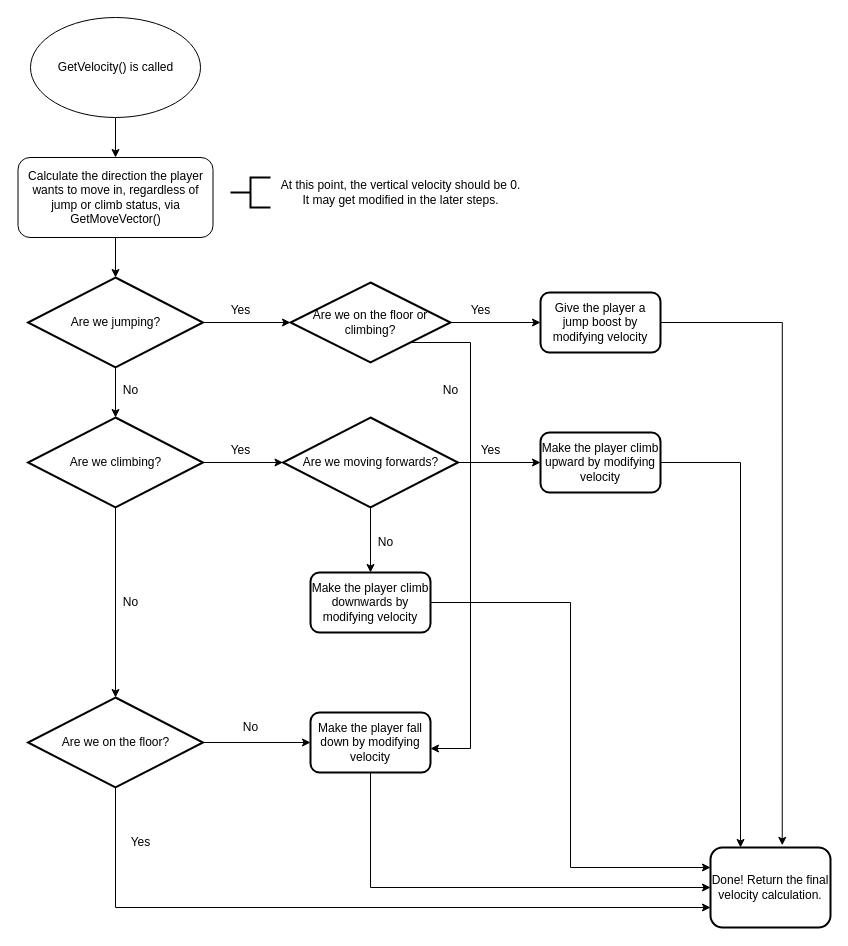
UTheCat/jumpvalley keeps this draw.io diagram as page "Main" (1 of 2) of docs/player/movement_velocity.drawio. Above is the earlier version. Source tidied: cells renumbered, new cells numbered last; positions are measured from the earlier drawing's top-left corner, leaving out a move shared by most shapes. Both pictures are drawn from the tidied source at 100%, with x=0, y=0 at pixel (18, 17).
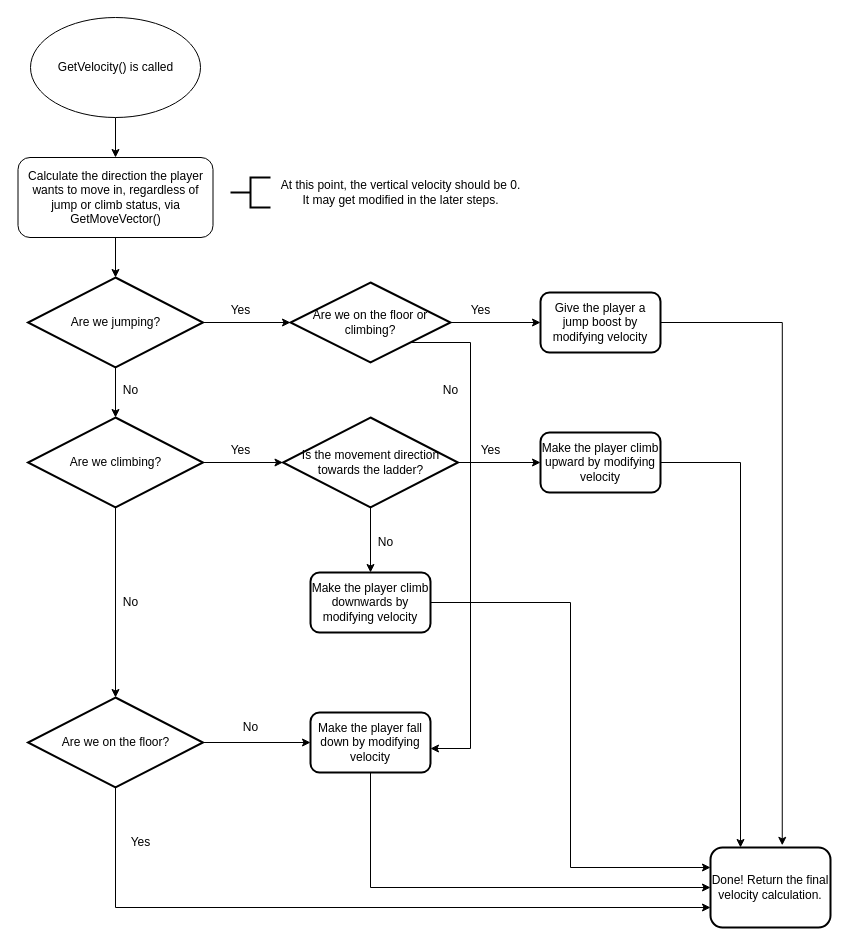
The same diagram, later.

The edit, as a diff of the source:
```diff
@@
-    <mxCell id="26" value="Are we moving forwards?" style="strokeWidth=2;html=1;shape=mxgraph.flowchart.decision;whiteSpace=wrap;labelBackgroundColor=none;" parent="1" vertex="1">
+    <mxCell id="26" value="Is the movement direction towards the ladder?" style="strokeWidth=2;html=1;shape=mxgraph.flowchart.decision;whiteSpace=wrap;labelBackgroundColor=none;" parent="1" vertex="1">
       <mxGeometry x="264.5" y="400" width="175" height="90" as="geometry" />
     </mxCell>
```
